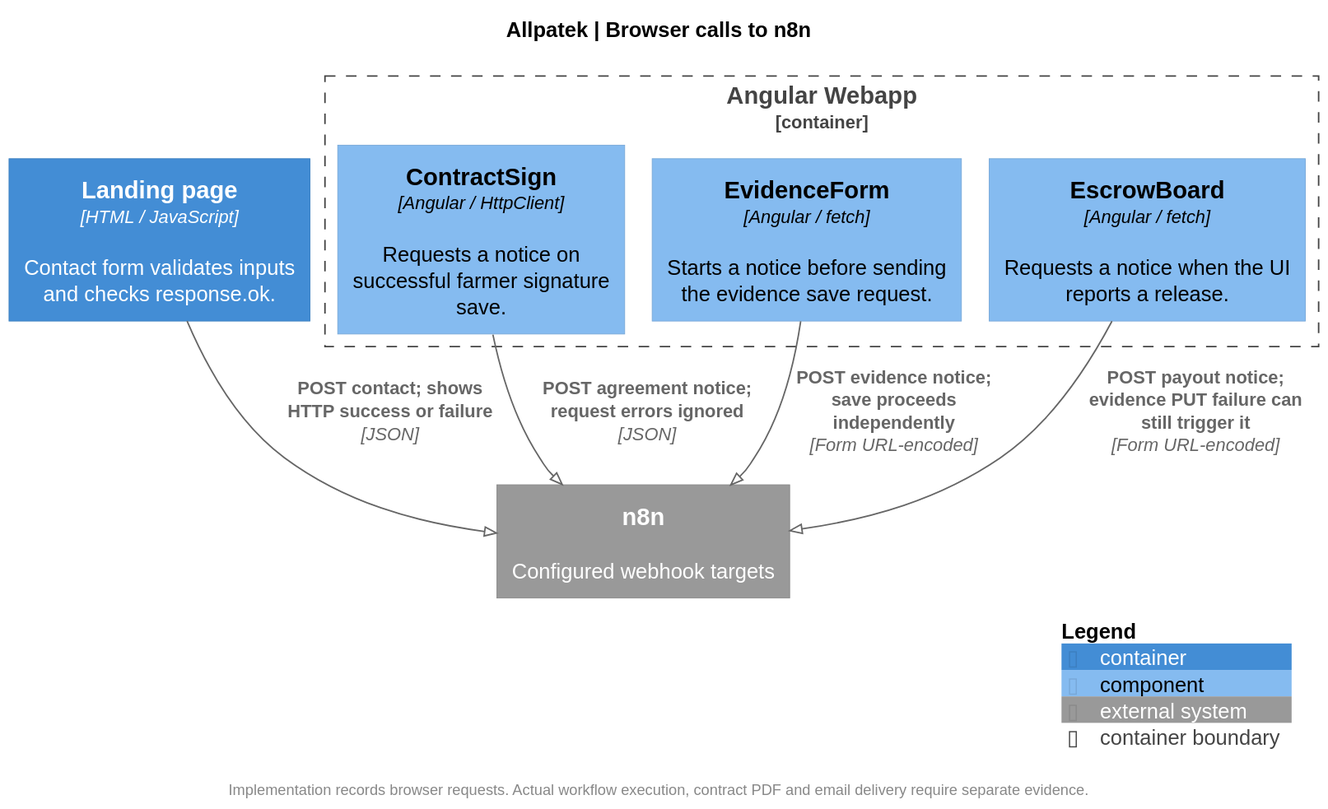
The PlantUML diagram assets/chapter-04/architecture/07-n8n-components.svg in upc-pre-202620-1asi0729-7753-Terranova/allpatek-report, before a commit.
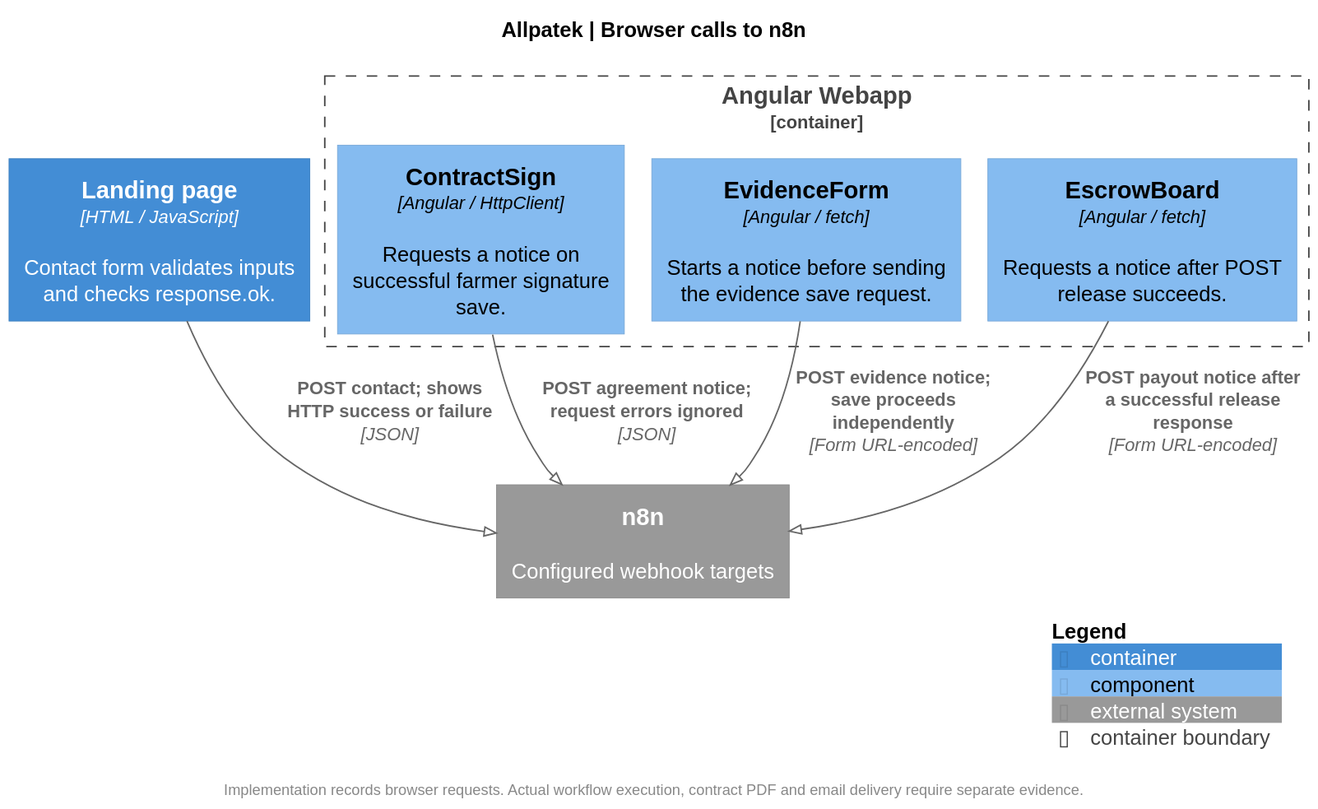
Later version of the same file.

Commit message:
docs(c4): correct the notification trigger after evidence release

Diff of the diagram source:
```diff
@@ -12,13 +12,13 @@
 Container_Boundary(web, "Angular Webapp") {
   Component(contract, "ContractSign", "Angular / HttpClient", "Requests a notice on successful farmer signature save.")
   Component(evidence, "EvidenceForm", "Angular / fetch", "Starts a notice before sending the evidence save request.")
-  Component(payout, "EscrowBoard", "Angular / fetch", "Requests a notice when the UI reports a release.")
+  Component(payout, "EscrowBoard", "Angular / fetch", "Requests a notice after POST release succeeds.")
 }
 System_Ext(automation, "n8n", "Configured webhook targets")
 Rel(landing, automation, "POST contact; shows HTTP success or failure", "JSON")
 Rel(contract, automation, "POST agreement notice; request errors ignored", "JSON")
 Rel(evidence, automation, "POST evidence notice; save proceeds independently", "Form URL-encoded")
-Rel(payout, automation, "POST payout notice; evidence PUT failure can still trigger it", "Form URL-encoded")
+Rel(payout, automation, "POST payout notice after a successful release response", "Form URL-encoded")
 footer Implementation records browser requests. Actual workflow execution, contract PDF and email delivery require separate evidence.
 SHOW_LEGEND()
 @enduml
```
